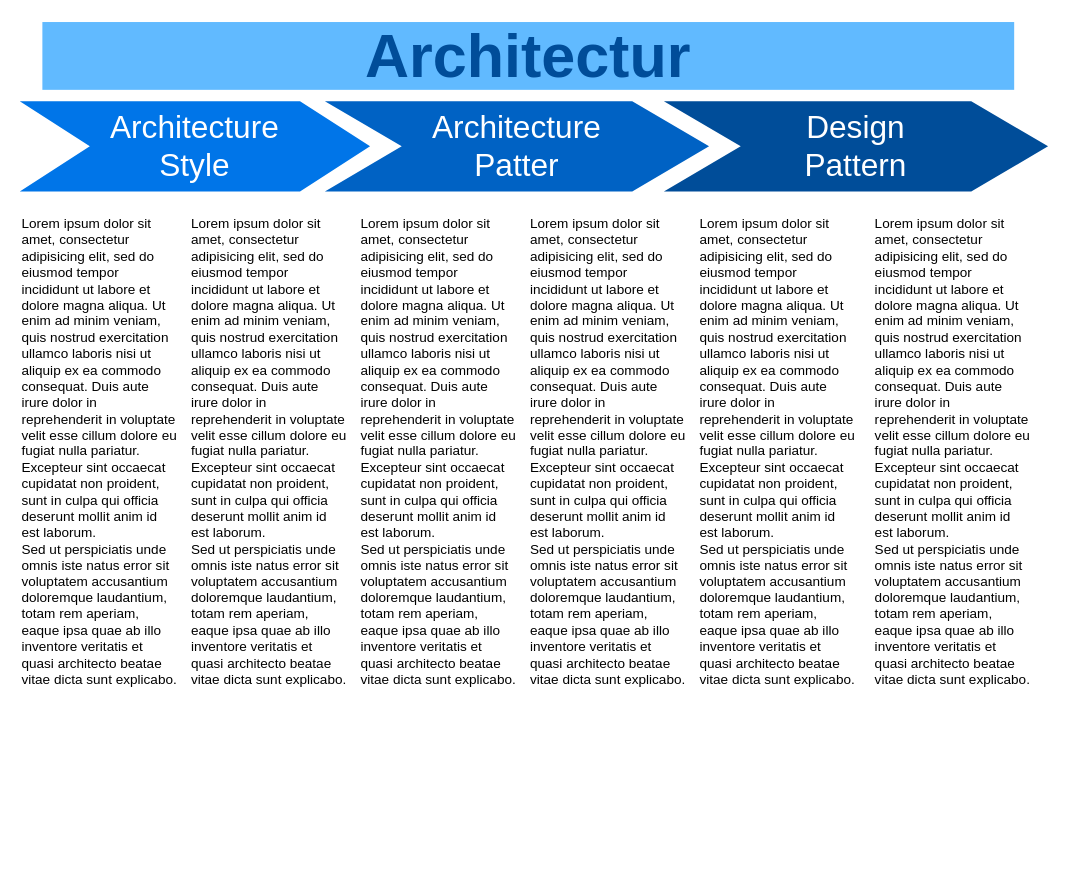
This is Diagrams/ArchitectureStylesAndPatterns.drawio from wojciech-kwapisiewicz/MindMaps-Public, a draw.io file, before an edit. Source tidied: cells renumbered, new cells numbered last; positions are measured from the earlier drawing's top-left corner, leaving out a move shared by most shapes. Both pictures are drawn from the tidied source at 113%, with x=0, y=0 at pixel (19, 21).
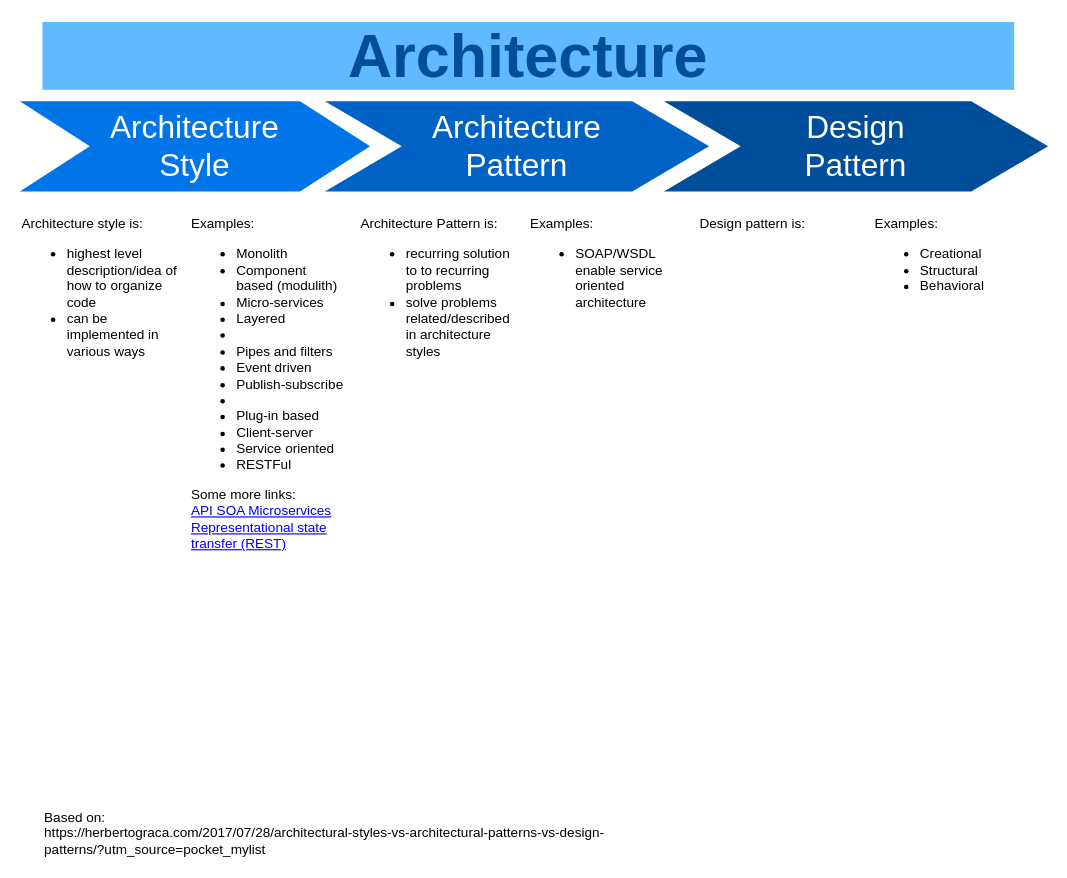
After the change.

What changed in the source:
```diff
@@
 <mxGraphModel>
   <root>
     <mxCell id="0" />
     <mxCell id="1" parent="0" />
     <mxCell id="2" value="Architecture&lt;br&gt;Style" style="shape=step;whiteSpace=wrap;html=1;fontSize=28;fillColor=#0075E8;fontColor=#FFFFFF;strokeColor=none;" parent="1" vertex="1">
       <mxGeometry y="70" width="310" height="80" as="geometry" />
     </mxCell>
-    <mxCell id="3" value="Architecture&lt;br&gt;Patter" style="shape=step;whiteSpace=wrap;html=1;fontSize=28;fillColor=#0062C4;fontColor=#FFFFFF;strokeColor=none;" parent="1" vertex="1">
+    <mxCell id="3" value="Architecture&lt;br&gt;Pattern" style="shape=step;whiteSpace=wrap;html=1;fontSize=28;fillColor=#0062C4;fontColor=#FFFFFF;strokeColor=none;" parent="1" vertex="1">
       <mxGeometry x="270" y="70" width="340" height="80" as="geometry" />
     </mxCell>
     <mxCell id="4" value="Design&lt;br&gt;Pattern" style="shape=step;whiteSpace=wrap;html=1;fontSize=28;fillColor=#004D99;fontColor=#FFFFFF;strokeColor=none;" parent="1" vertex="1">
       <mxGeometry x="570" y="70" width="340" height="80" as="geometry" />
     </mxCell>
-    <mxCell id="5" value="Architectur" style="text;html=1;strokeColor=none;fillColor=#61BAFF;align=center;verticalAlign=middle;whiteSpace=wrap;fontSize=54;fontStyle=1;fontColor=#004D99;" parent="1" vertex="1">
+    <mxCell id="5" value="Architecture" style="text;html=1;strokeColor=none;fillColor=#61BAFF;align=center;verticalAlign=middle;whiteSpace=wrap;fontSize=54;fontStyle=1;fontColor=#004D99;" parent="1" vertex="1">
       <mxGeometry x="20" width="860" height="60" as="geometry" />
     </mxCell>
-    <mxCell id="6" value="Lorem ipsum dolor sit amet, consectetur adipisicing elit, sed do eiusmod tempor incididunt ut labore et dolore magna aliqua. Ut enim ad minim veniam, quis nostrud exercitation ullamco laboris nisi ut aliquip ex ea commodo consequat. Duis aute irure dolor in reprehenderit in voluptate velit esse cillum dolore eu fugiat nulla pariatur. Excepteur sint occaecat cupidatat non proident, sunt in culpa qui officia deserunt mollit anim id est laborum.&lt;br&gt;Sed ut perspiciatis unde omnis iste natus error sit voluptatem accusantium doloremque laudantium, totam rem aperiam, eaque ipsa quae ab illo inventore veritatis et quasi architecto beatae vitae dicta sunt explicabo." style="text;spacingTop=-5;fillColor=#ffffff;whiteSpace=wrap;html=1;align=left;fontSize=12;fontFamily=Helvetica;fillColor=none;strokeColor=none;" parent="1" vertex="1">
+    <mxCell id="6" value="&lt;div&gt;Architecture style is:&lt;/div&gt;&lt;div&gt;&lt;ul&gt;&lt;li&gt;highest level description/idea of how to organize code&lt;br&gt;&lt;/li&gt;&lt;li&gt;can be implemented in various ways&lt;br&gt;&lt;/li&gt;&lt;/ul&gt;&lt;/div&gt;" style="text;spacingTop=-5;fillColor=#ffffff;whiteSpace=wrap;html=1;align=left;fontSize=12;fontFamily=Helvetica;fillColor=none;strokeColor=none;" parent="1" vertex="1">
       <mxGeometry y="170" width="140" height="470" as="geometry" />
     </mxCell>
-    <mxCell id="7" value="Lorem ipsum dolor sit amet, consectetur adipisicing elit, sed do eiusmod tempor incididunt ut labore et dolore magna aliqua. Ut enim ad minim veniam, quis nostrud exercitation ullamco laboris nisi ut aliquip ex ea commodo consequat. Duis aute irure dolor in reprehenderit in voluptate velit esse cillum dolore eu fugiat nulla pariatur. Excepteur sint occaecat cupidatat non proident, sunt in culpa qui officia deserunt mollit anim id est laborum.&lt;br&gt;Sed ut perspiciatis unde omnis iste natus error sit voluptatem accusantium doloremque laudantium, totam rem aperiam, eaque ipsa quae ab illo inventore veritatis et quasi architecto beatae vitae dicta sunt explicabo." style="text;spacingTop=-5;fillColor=#ffffff;whiteSpace=wrap;html=1;align=left;fontSize=12;fontFamily=Helvetica;fillColor=none;strokeColor=none;" parent="1" vertex="1">
+    <mxCell id="7" value="&lt;div&gt;Examples:&lt;/div&gt;&lt;div&gt;&lt;ul&gt;&lt;li&gt;Monolith&lt;/li&gt;&lt;li&gt;Component based (modulith)&lt;br&gt;&lt;/li&gt;&lt;li&gt;Micro-services&lt;/li&gt;&lt;li&gt;Layered&lt;br&gt;&lt;/li&gt;&lt;li&gt;&lt;br&gt;&lt;/li&gt;&lt;li&gt;Pipes and filters&lt;/li&gt;&lt;li&gt;Event driven&lt;/li&gt;&lt;li&gt;Publish-subscribe&lt;/li&gt;&lt;li&gt;&lt;br&gt;&lt;/li&gt;&lt;li&gt;Plug-in based&lt;/li&gt;&lt;li&gt;Client-server&lt;/li&gt;&lt;li&gt;Service oriented&lt;/li&gt;&lt;li&gt;RESTFul&lt;br&gt;&lt;/li&gt;&lt;/ul&gt;&lt;div&gt;Some more links:&lt;/div&gt;&lt;div&gt;&lt;a href=&quot;https://www.akana.com/blog/api-vs-soa-are-they-different&quot;&gt;API SOA Microservices&lt;/a&gt;&lt;/div&gt;&lt;div&gt;&lt;a href=&quot;https://www.akana.com/blog/what-is-rest-api&quot;&gt;Representational state transfer (REST)&lt;/a&gt;&lt;/div&gt;&lt;/div&gt;" style="text;spacingTop=-5;fillColor=#ffffff;whiteSpace=wrap;html=1;align=left;fontSize=12;fontFamily=Helvetica;fillColor=none;strokeColor=none;" parent="1" vertex="1">
       <mxGeometry x="150" y="170" width="140" height="470" as="geometry" />
     </mxCell>
-    <mxCell id="8" value="Lorem ipsum dolor sit amet, consectetur adipisicing elit, sed do eiusmod tempor incididunt ut labore et dolore magna aliqua. Ut enim ad minim veniam, quis nostrud exercitation ullamco laboris nisi ut aliquip ex ea commodo consequat. Duis aute irure dolor in reprehenderit in voluptate velit esse cillum dolore eu fugiat nulla pariatur. Excepteur sint occaecat cupidatat non proident, sunt in culpa qui officia deserunt mollit anim id est laborum.&lt;br&gt;Sed ut perspiciatis unde omnis iste natus error sit voluptatem accusantium doloremque laudantium, totam rem aperiam, eaque ipsa quae ab illo inventore veritatis et quasi architecto beatae vitae dicta sunt explicabo." style="text;spacingTop=-5;fillColor=#ffffff;whiteSpace=wrap;html=1;align=left;fontSize=12;fontFamily=Helvetica;fillColor=none;strokeColor=none;" parent="1" vertex="1">
+    <mxCell id="8" value="&lt;div&gt;Architecture Pattern is:&lt;/div&gt;&lt;div&gt;&lt;ul&gt;&lt;li&gt;recurring solution to to recurring problems&lt;/li&gt;&lt;li&gt;solve problems related/described in architecture styles&lt;br&gt;&lt;/li&gt;&lt;/ul&gt;&lt;/div&gt;" style="text;spacingTop=-5;fillColor=#ffffff;whiteSpace=wrap;html=1;align=left;fontSize=12;fontFamily=Helvetica;fillColor=none;strokeColor=none;" parent="1" vertex="1">
       <mxGeometry x="300" y="170" width="140" height="470" as="geometry" />
     </mxCell>
-    <mxCell id="9" value="Lorem ipsum dolor sit amet, consectetur adipisicing elit, sed do eiusmod tempor incididunt ut labore et dolore magna aliqua. Ut enim ad minim veniam, quis nostrud exercitation ullamco laboris nisi ut aliquip ex ea commodo consequat. Duis aute irure dolor in reprehenderit in voluptate velit esse cillum dolore eu fugiat nulla pariatur. Excepteur sint occaecat cupidatat non proident, sunt in culpa qui officia deserunt mollit anim id est laborum.&lt;br&gt;Sed ut perspiciatis unde omnis iste natus error sit voluptatem accusantium doloremque laudantium, totam rem aperiam, eaque ipsa quae ab illo inventore veritatis et quasi architecto beatae vitae dicta sunt explicabo." style="text;spacingTop=-5;fillColor=#ffffff;whiteSpace=wrap;html=1;align=left;fontSize=12;fontFamily=Helvetica;fillColor=none;strokeColor=none;" parent="1" vertex="1">
+    <mxCell id="9" value="&lt;div&gt;Examples:&lt;/div&gt;&lt;div&gt;&lt;ul&gt;&lt;li&gt;SOAP/WSDL enable service oriented architecture&lt;br&gt;&lt;/li&gt;&lt;/ul&gt;&lt;/div&gt;" style="text;spacingTop=-5;fillColor=#ffffff;whiteSpace=wrap;html=1;align=left;fontSize=12;fontFamily=Helvetica;fillColor=none;strokeColor=none;" parent="1" vertex="1">
       <mxGeometry x="450" y="170" width="140" height="470" as="geometry" />
     </mxCell>
-    <mxCell id="10" value="Lorem ipsum dolor sit amet, consectetur adipisicing elit, sed do eiusmod tempor incididunt ut labore et dolore magna aliqua. Ut enim ad minim veniam, quis nostrud exercitation ullamco laboris nisi ut aliquip ex ea commodo consequat. Duis aute irure dolor in reprehenderit in voluptate velit esse cillum dolore eu fugiat nulla pariatur. Excepteur sint occaecat cupidatat non proident, sunt in culpa qui officia deserunt mollit anim id est laborum.&lt;br&gt;Sed ut perspiciatis unde omnis iste natus error sit voluptatem accusantium doloremque laudantium, totam rem aperiam, eaque ipsa quae ab illo inventore veritatis et quasi architecto beatae vitae dicta sunt explicabo." style="text;spacingTop=-5;fillColor=#ffffff;whiteSpace=wrap;html=1;align=left;fontSize=12;fontFamily=Helvetica;fillColor=none;strokeColor=none;" parent="1" vertex="1">
+    <mxCell id="10" value="Design pattern is:" style="text;spacingTop=-5;fillColor=#ffffff;whiteSpace=wrap;html=1;align=left;fontSize=12;fontFamily=Helvetica;fillColor=none;strokeColor=none;" parent="1" vertex="1">
       <mxGeometry x="600" y="170" width="140" height="470" as="geometry" />
     </mxCell>
-    <mxCell id="11" value="Lorem ipsum dolor sit amet, consectetur adipisicing elit, sed do eiusmod tempor incididunt ut labore et dolore magna aliqua. Ut enim ad minim veniam, quis nostrud exercitation ullamco laboris nisi ut aliquip ex ea commodo consequat. Duis aute irure dolor in reprehenderit in voluptate velit esse cillum dolore eu fugiat nulla pariatur. Excepteur sint occaecat cupidatat non proident, sunt in culpa qui officia deserunt mollit anim id est laborum.&lt;br&gt;Sed ut perspiciatis unde omnis iste natus error sit voluptatem accusantium doloremque laudantium, totam rem aperiam, eaque ipsa quae ab illo inventore veritatis et quasi architecto beatae vitae dicta sunt explicabo." style="text;spacingTop=-5;fillColor=#ffffff;whiteSpace=wrap;html=1;align=left;fontSize=12;fontFamily=Helvetica;fillColor=none;strokeColor=none;" parent="1" vertex="1">
+    <mxCell id="11" value="&lt;div&gt;Examples:&lt;/div&gt;&lt;div&gt;&lt;ul&gt;&lt;li&gt;Creational&lt;/li&gt;&lt;li&gt;Structural&lt;br&gt;&lt;/li&gt;&lt;li&gt;Behavioral&lt;/li&gt;&lt;/ul&gt;&lt;/div&gt;" style="text;spacingTop=-5;fillColor=#ffffff;whiteSpace=wrap;html=1;align=left;fontSize=12;fontFamily=Helvetica;fillColor=none;strokeColor=none;" parent="1" vertex="1">
       <mxGeometry x="755" y="170" width="140" height="470" as="geometry" />
     </mxCell>
+    <mxCell id="12" value="&lt;div&gt;Based on:&lt;br&gt;&lt;/div&gt;&lt;div&gt;https://herbertograca.com/2017/07/28/architectural-styles-vs-architectural-patterns-vs-design-patterns/?utm_source=pocket_mylist&lt;/div&gt;" style="text;whiteSpace=wrap;html=1;" parent="1" vertex="1">
+      <mxGeometry x="20" y="690" width="550" height="40" as="geometry" />
+    </mxCell>
   </root>
 </mxGraphModel>
```
